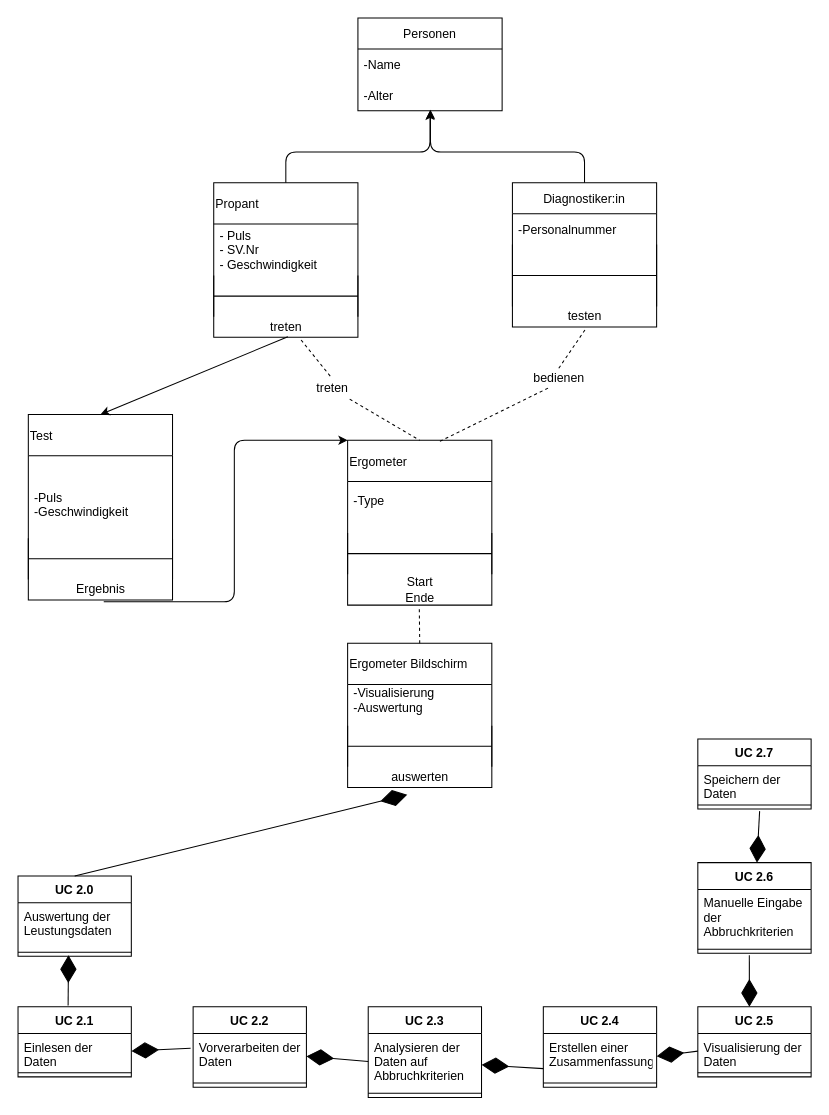
Before: PÜ3/UML.drawio in guflerrafael/MCI-MSE_Aufgaben, a draw.io diagram. Source tidied: cells renumbered, new cells numbered last; positions are measured from the earlier drawing's top-left corner, leaving out a move shared by most shapes. Both pictures are drawn from the tidied source at 103%, with x=0, y=0 at pixel (18, 18).
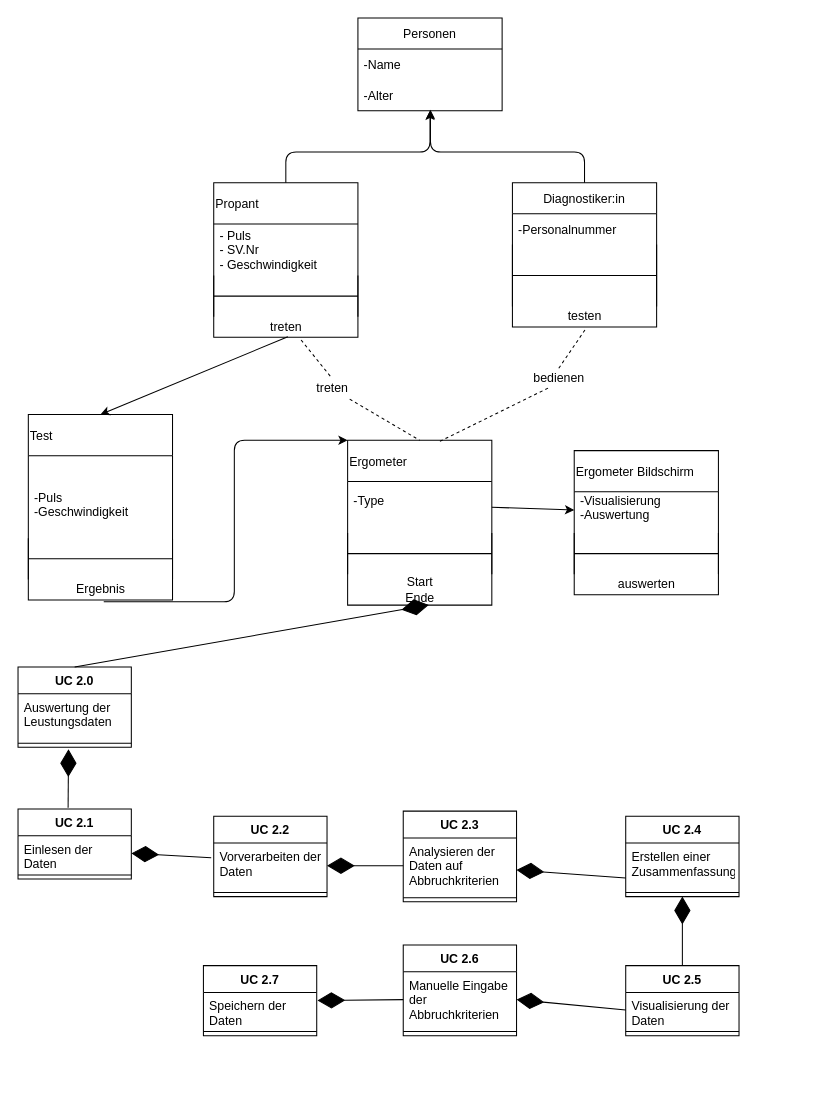
After the change.

The change refers to these unchanged cells:
```xml
<mxCell id="25" value="-Type&#10;" style="text;strokeColor=none;fillColor=none;align=left;verticalAlign=middle;spacingLeft=4;spacingRight=4;overflow=hidden;points=[[0,0.5],[1,0.5]];portConstraint=eastwest;" parent="24" vertex="1">
  <mxGeometry y="40" width="140" height="50" as="geometry" />
</mxCell>
<mxCell id="27" value="Start&lt;br&gt;Ende" style="text;html=1;align=center;verticalAlign=middle;points=[];strokeColor=none;fillColor=none;" parent="24" vertex="1">
  <mxGeometry y="130" width="140" height="30" as="geometry" />
</mxCell>
<mxCell id="32" value="-Visualisierung&#10;-Auswertung&#10;" style="text;strokeColor=none;fillColor=none;align=left;verticalAlign=middle;spacingLeft=4;spacingRight=4;overflow=hidden;points=[[0,0.5],[1,0.5]];portConstraint=eastwest;" parent="31" vertex="1">
  <mxGeometry y="40" width="140" height="40" as="geometry" />
</mxCell>
<mxCell id="34" value="auswerten" style="text;html=1;align=center;verticalAlign=middle;points=[];strokeColor=none;fillColor=none;" parent="31" vertex="1">
  <mxGeometry y="120" width="140" height="20" as="geometry" />
</mxCell>
<mxCell id="37" value="Speichern der&#10;Daten" style="text;strokeColor=none;fillColor=none;align=left;verticalAlign=top;spacingLeft=4;spacingRight=4;overflow=hidden;points=[[0,0.5],[1,0.5]];portConstraint=eastwest;" parent="36" vertex="1">
  <mxGeometry y="26" width="110" height="34" as="geometry" />
</mxCell>
<mxCell id="43" value="Manuelle Eingabe &#10;der &#10;Abbruchkriterien" style="text;strokeColor=none;fillColor=none;align=left;verticalAlign=top;spacingLeft=4;spacingRight=4;overflow=hidden;points=[[0,0.5],[1,0.5]];portConstraint=eastwest;" parent="42" vertex="1">
  <mxGeometry y="26" width="110" height="54" as="geometry" />
</mxCell>
<mxCell id="46" value="Visualisierung der &#10;Daten" style="text;strokeColor=none;fillColor=none;align=left;verticalAlign=top;spacingLeft=4;spacingRight=4;overflow=hidden;points=[[0,0.5],[1,0.5]];portConstraint=eastwest;" parent="45" vertex="1">
  <mxGeometry y="26" width="110" height="34" as="geometry" />
</mxCell>
<mxCell id="49" value="Erstellen einer&#10;Zusammenfassung" style="text;strokeColor=none;fillColor=none;align=left;verticalAlign=top;spacingLeft=4;spacingRight=4;overflow=hidden;points=[[0,0.5],[1,0.5]];portConstraint=eastwest;" parent="48" vertex="1">
  <mxGeometry y="26" width="110" height="44" as="geometry" />
</mxCell>
```

The edit, as a diff of the source:
```diff
@@
     <mxCell id="31" value="Ergometer Bildschirm" style="swimlane;fontStyle=0;horizontal=1;startSize=40;align=left;" parent="1" vertex="1">
-      <mxGeometry x="320" y="607" width="140" height="140" as="geometry" />
+      <mxGeometry x="540" y="420" width="140" height="140" as="geometry" />
     </mxCell>
@@
-    <mxCell id="35" style="endArrow=none;dashed=1;html=1;entryX=0.497;entryY=1.087;entryDx=0;entryDy=0;entryPerimeter=0;exitX=0.5;exitY=0;exitDx=0;exitDy=0;" parent="1" edge="1" source="31" target="27">
-      <mxGeometry relative="1" as="geometry" />
-    </mxCell>
     <mxCell id="36" value="UC 2.7" style="swimlane;fontStyle=1;align=center;verticalAlign=top;horizontal=1;startSize=26;" parent="1" vertex="1">
-      <mxGeometry x="660" y="700" width="110" height="68" as="geometry" />
+      <mxGeometry x="180" y="920" width="110" height="68" as="geometry" />
     </mxCell>
@@
     <mxCell id="39" value="UC 2.0" style="swimlane;fontStyle=1;align=center;verticalAlign=top;horizontal=1;startSize=26;" parent="1" vertex="1">
-      <mxGeometry y="833" width="110" height="78" as="geometry" />
+      <mxGeometry y="630" width="110" height="78" as="geometry" />
     </mxCell>
@@
     <mxCell id="42" value="UC 2.6" style="swimlane;fontStyle=1;align=center;verticalAlign=top;horizontal=1;startSize=26;" parent="1" vertex="1">
-      <mxGeometry x="660" y="820" width="110" height="88" as="geometry" />
+      <mxGeometry x="374" y="900" width="110" height="88" as="geometry" />
     </mxCell>
@@
     <mxCell id="45" value="UC 2.5" style="swimlane;fontStyle=1;align=center;verticalAlign=top;horizontal=1;startSize=26;" parent="1" vertex="1">
-      <mxGeometry x="660" y="960" width="110" height="68" as="geometry" />
+      <mxGeometry x="590" y="920" width="110" height="68" as="geometry" />
     </mxCell>
@@
     <mxCell id="48" value="UC 2.4" style="swimlane;fontStyle=1;align=center;verticalAlign=top;horizontal=1;startSize=26;" parent="1" vertex="1">
-      <mxGeometry x="510" y="960" width="110" height="78" as="geometry" />
+      <mxGeometry x="590" y="775" width="110" height="78" as="geometry" />
     </mxCell>
@@
     <mxCell id="51" value="UC 2.3" style="swimlane;fontStyle=1;align=center;verticalAlign=top;horizontal=1;startSize=26;" parent="1" vertex="1">
-      <mxGeometry x="340" y="960" width="110" height="88" as="geometry" />
+      <mxGeometry x="374" y="770" width="110" height="88" as="geometry" />
     </mxCell>
@@
     <mxCell id="54" value="UC 2.2" style="swimlane;fontStyle=1;align=center;verticalAlign=top;horizontal=1;startSize=26;" parent="1" vertex="1">
-      <mxGeometry x="170" y="960" width="110" height="78" as="geometry" />
+      <mxGeometry x="190" y="775" width="110" height="78" as="geometry" />
     </mxCell>
@@
     <mxCell id="57" value="UC 2.1" style="swimlane;fontStyle=1;align=center;verticalAlign=top;horizontal=1;startSize=26;" parent="1" vertex="1">
-      <mxGeometry y="960" width="110" height="68" as="geometry" />
+      <mxGeometry y="768" width="110" height="68" as="geometry" />
     </mxCell>
@@
-    <mxCell id="60" style="endArrow=diamondThin;endFill=1;endSize=24;html=1;entryX=0.414;entryY=1.355;entryDx=0;entryDy=0;entryPerimeter=0;exitX=0.5;exitY=0;exitDx=0;exitDy=0;" parent="1" edge="1" source="39" target="34">
+    <mxCell id="60" style="endArrow=diamondThin;endFill=1;endSize=24;html=1;entryX=0.563;entryY=0.993;entryDx=0;entryDy=0;entryPerimeter=0;exitX=0.5;exitY=0;exitDx=0;exitDy=0;" parent="1" edge="1" source="39" target="27">
       <mxGeometry relative="1" as="geometry" />
     </mxCell>
     <mxCell id="61" style="endArrow=diamondThin;endFill=1;endSize=24;html=1;exitX=0.442;exitY=-0.018;exitDx=0;exitDy=0;exitPerimeter=0;" parent="1" edge="1" source="57">
       <mxGeometry relative="1" as="geometry">
-        <mxPoint x="49" y="910" as="targetPoint" />
+        <mxPoint x="49" y="710" as="targetPoint" />
       </mxGeometry>
     </mxCell>
@@
-    <mxCell id="65" style="endArrow=diamondThin;endFill=1;endSize=24;html=1;exitX=0;exitY=0.5;exitDx=0;exitDy=0;entryX=1;entryY=0.5;entryDx=0;entryDy=0;" parent="1" edge="1" source="46" target="49">
-      <mxGeometry relative="1" as="geometry" />
-    </mxCell>
-    <mxCell id="66" style="endArrow=diamondThin;endFill=1;endSize=24;html=1;entryX=0.455;entryY=0;entryDx=0;entryDy=0;entryPerimeter=0;" parent="1" edge="1" target="45">
-      <mxGeometry relative="1" as="geometry">
-        <mxPoint x="710" y="910" as="sourcePoint" />
-      </mxGeometry>
-    </mxCell>
-    <mxCell id="67" style="endArrow=diamondThin;endFill=1;endSize=24;html=1;" parent="1" edge="1" target="42">
-      <mxGeometry relative="1" as="geometry">
-        <mxPoint x="720" y="770" as="sourcePoint" />
-      </mxGeometry>
-    </mxCell>
+    <mxCell id="68" style="edgeStyle=none;html=1;exitX=1;exitY=0.5;exitDx=0;exitDy=0;" parent="1" edge="1" source="25" target="32">
+      <mxGeometry relative="1" as="geometry" />
+    </mxCell>
+    <mxCell id="69" style="endArrow=diamondThin;endFill=1;endSize=24;html=1;exitX=0.5;exitY=0;exitDx=0;exitDy=0;entryX=0.5;entryY=1;entryDx=0;entryDy=0;" parent="1" edge="1" source="45" target="48">
+      <mxGeometry relative="1" as="geometry" />
+    </mxCell>
+    <mxCell id="70" style="endArrow=diamondThin;endFill=1;endSize=24;html=1;exitX=0;exitY=0.5;exitDx=0;exitDy=0;entryX=1;entryY=0.5;entryDx=0;entryDy=0;" parent="1" edge="1" source="46" target="43">
+      <mxGeometry relative="1" as="geometry" />
+    </mxCell>
+    <mxCell id="71" style="endArrow=diamondThin;endFill=1;endSize=24;html=1;exitX=0;exitY=0.5;exitDx=0;exitDy=0;entryX=1.007;entryY=0.229;entryDx=0;entryDy=0;entryPerimeter=0;" parent="1" edge="1" source="43" target="37">
+      <mxGeometry relative="1" as="geometry" />
+    </mxCell>
```
